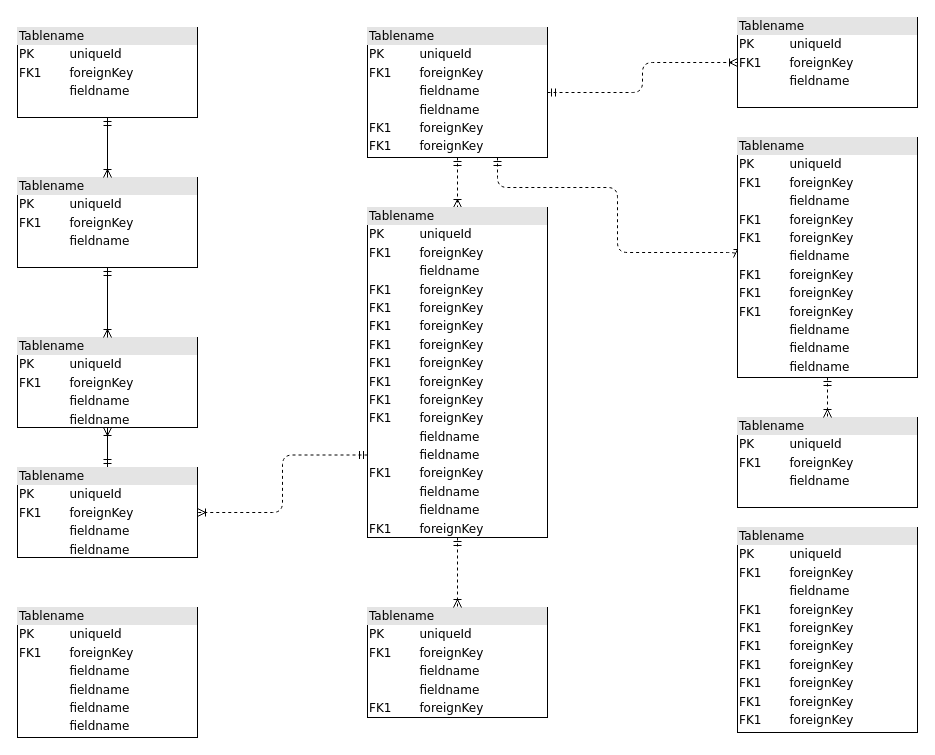
This is PABLO_database.drawio.xml from hakagoo/PABLO_workspace, a draw.io file, before an edit. Source tidied: cells renumbered, new cells numbered last; positions are measured from the earlier drawing's top-left corner, leaving out a move shared by most shapes. Both pictures are drawn from the tidied source at 100%, with x=0, y=0 at pixel (17, 17).
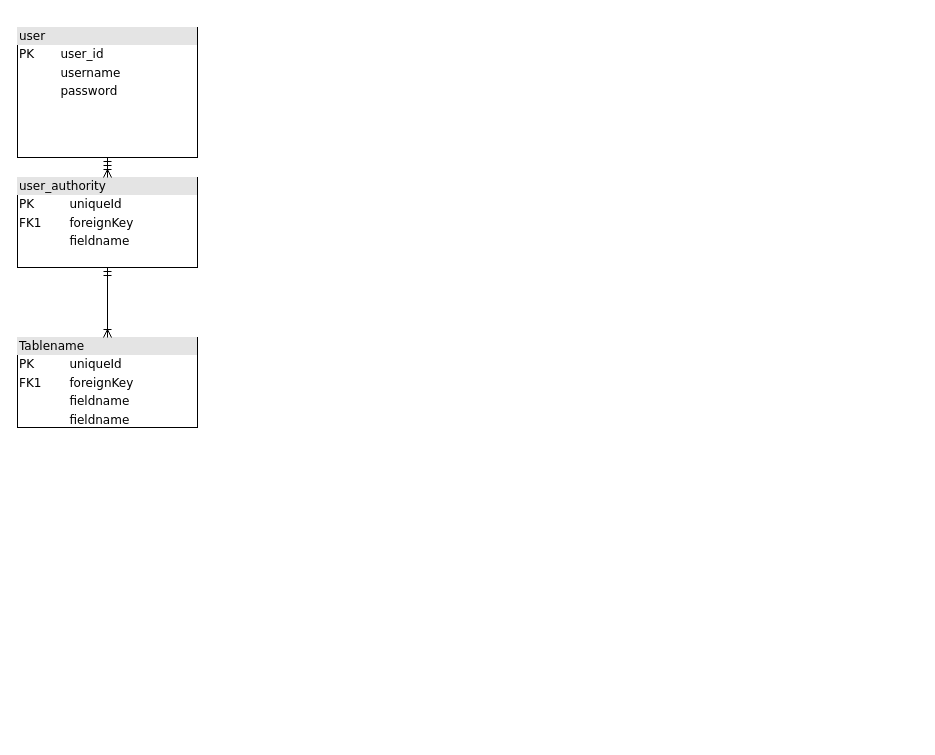
After the change.

The change refers to these unchanged cells:
```xml
<mxCell id="10" value="&lt;div style=&quot;box-sizing: border-box ; width: 100% ; background: #e4e4e4 ; padding: 2px&quot;&gt;Tablename&lt;/div&gt;&lt;table style=&quot;width: 100% ; font-size: 1em&quot; cellpadding=&quot;2&quot; cellspacing=&quot;0&quot;&gt;&lt;tbody&gt;&lt;tr&gt;&lt;td&gt;PK&lt;/td&gt;&lt;td&gt;uniqueId&lt;/td&gt;&lt;/tr&gt;&lt;tr&gt;&lt;td&gt;FK1&lt;/td&gt;&lt;td&gt;foreignKey&lt;/td&gt;&lt;/tr&gt;&lt;tr&gt;&lt;td&gt;&lt;/td&gt;&lt;td&gt;fieldname&lt;/td&gt;&lt;/tr&gt;&lt;tr&gt;&lt;td&gt;&lt;br&gt;&lt;/td&gt;&lt;td&gt;fieldname&lt;br&gt;&lt;/td&gt;&lt;/tr&gt;&lt;/tbody&gt;&lt;/table&gt;" style="verticalAlign=top;align=left;overflow=fill;html=1;rounded=0;shadow=0;comic=0;labelBackgroundColor=none;strokeWidth=1;fontFamily=Verdana;fontSize=12;" parent="1" vertex="1">
  <mxGeometry y="320" width="180" height="90" as="geometry" />
</mxCell>
```

The edit, as a diff of the source:
```diff
@@
-    <mxCell id="2" value="&lt;div style=&quot;box-sizing:border-box;width:100%;background:#e4e4e4;padding:2px;&quot;&gt;Tablename&lt;/div&gt;&lt;table style=&quot;width:100%;font-size:1em;&quot; cellpadding=&quot;2&quot; cellspacing=&quot;0&quot;&gt;&lt;tr&gt;&lt;td&gt;PK&lt;/td&gt;&lt;td&gt;uniqueId&lt;/td&gt;&lt;/tr&gt;&lt;tr&gt;&lt;td&gt;FK1&lt;/td&gt;&lt;td&gt;foreignKey&lt;/td&gt;&lt;/tr&gt;&lt;tr&gt;&lt;td&gt;&lt;/td&gt;&lt;td&gt;fieldname&lt;/td&gt;&lt;/tr&gt;&lt;/table&gt;" style="verticalAlign=top;align=left;overflow=fill;html=1;rounded=0;shadow=0;comic=0;labelBackgroundColor=none;strokeWidth=1;fontFamily=Verdana;fontSize=12;" parent="1" vertex="1">
-      <mxGeometry y="10" width="180" height="90" as="geometry" />
+    <mxCell id="2" value="&lt;div style=&quot;box-sizing:border-box;width:100%;background:#e4e4e4;padding:2px;&quot;&gt;user&lt;/div&gt;&lt;table style=&quot;width:100%;font-size:1em;&quot; cellpadding=&quot;2&quot; cellspacing=&quot;0&quot;&gt;&lt;tbody&gt;&lt;tr&gt;&lt;td&gt;PK&lt;/td&gt;&lt;td&gt;user_id&lt;/td&gt;&lt;/tr&gt;&lt;tr&gt;&lt;td&gt;&lt;br&gt;&lt;/td&gt;&lt;td&gt;username&lt;/td&gt;&lt;/tr&gt;&lt;tr&gt;&lt;td&gt;&lt;/td&gt;&lt;td&gt;password&lt;br&gt;&lt;/td&gt;&lt;/tr&gt;&lt;/tbody&gt;&lt;/table&gt;" style="verticalAlign=top;align=left;overflow=fill;html=1;rounded=0;shadow=0;comic=0;labelBackgroundColor=none;strokeWidth=1;fontFamily=Verdana;fontSize=12;" parent="1" vertex="1">
+      <mxGeometry y="10" width="180" height="130" as="geometry" />
     </mxCell>
-    <mxCell id="3" style="edgeStyle=orthogonalEdgeStyle;html=1;entryX=0.5;entryY=0;dashed=1;labelBackgroundColor=none;startArrow=ERmandOne;endArrow=ERoneToMany;fontFamily=Verdana;fontSize=12;align=left;" parent="1" edge="1" source="6" target="16">
-      <mxGeometry relative="1" as="geometry" />
-    </mxCell>
-    <mxCell id="4" style="edgeStyle=orthogonalEdgeStyle;html=1;dashed=1;labelBackgroundColor=none;startArrow=ERmandOne;endArrow=ERoneToMany;fontFamily=Verdana;fontSize=12;align=left;entryX=0;entryY=0.5;" parent="1" edge="1" source="6" target="19">
-      <mxGeometry relative="1" as="geometry">
-        <Array as="points">
-          <mxPoint x="480" y="170" />
-          <mxPoint x="600" y="170" />
-          <mxPoint x="600" y="235" />
-        </Array>
-      </mxGeometry>
-    </mxCell>
-    <mxCell id="5" style="edgeStyle=orthogonalEdgeStyle;html=1;dashed=1;labelBackgroundColor=none;startArrow=ERmandOne;endArrow=ERoneToMany;fontFamily=Verdana;fontSize=12;align=left;" parent="1" edge="1" source="6" target="20">
-      <mxGeometry relative="1" as="geometry" />
-    </mxCell>
-    <mxCell id="6" value="&lt;div style=&quot;box-sizing: border-box ; width: 100% ; background: #e4e4e4 ; padding: 2px&quot;&gt;Tablename&lt;/div&gt;&lt;table style=&quot;width: 100% ; font-size: 1em&quot; cellpadding=&quot;2&quot; cellspacing=&quot;0&quot;&gt;&lt;tbody&gt;&lt;tr&gt;&lt;td&gt;PK&lt;/td&gt;&lt;td&gt;uniqueId&lt;/td&gt;&lt;/tr&gt;&lt;tr&gt;&lt;td&gt;FK1&lt;/td&gt;&lt;td&gt;foreignKey&lt;/td&gt;&lt;/tr&gt;&lt;tr&gt;&lt;td&gt;&lt;/td&gt;&lt;td&gt;fieldname&lt;/td&gt;&lt;/tr&gt;&lt;tr&gt;&lt;td&gt;&lt;br&gt;&lt;/td&gt;&lt;td&gt;fieldname&lt;br&gt;&lt;/td&gt;&lt;/tr&gt;&lt;tr&gt;&lt;td&gt;FK1&lt;br&gt;&lt;/td&gt;&lt;td&gt;foreignKey&lt;br&gt;&lt;/td&gt;&lt;/tr&gt;&lt;tr&gt;&lt;td&gt;FK1&lt;br&gt;&lt;/td&gt;&lt;td&gt;foreignKey&lt;br&gt;&lt;/td&gt;&lt;/tr&gt;&lt;/tbody&gt;&lt;/table&gt;" style="verticalAlign=top;align=left;overflow=fill;html=1;rounded=0;shadow=0;comic=0;labelBackgroundColor=none;strokeWidth=1;fontFamily=Verdana;fontSize=12;" parent="1" vertex="1">
-      <mxGeometry x="350" y="10" width="180" height="130" as="geometry" />
-    </mxCell>
-    <mxCell id="7" style="edgeStyle=orthogonalEdgeStyle;html=1;labelBackgroundColor=none;startArrow=ERmandOne;endArrow=ERoneToMany;fontFamily=Verdana;fontSize=12;align=left;" parent="1" edge="1" source="9" target="10">
-      <mxGeometry relative="1" as="geometry" />
-    </mxCell>
-    <mxCell id="8" style="edgeStyle=orthogonalEdgeStyle;html=1;exitX=0;exitY=0.75;entryX=1;entryY=0.5;dashed=1;labelBackgroundColor=none;startArrow=ERmandOne;endArrow=ERoneToMany;fontFamily=Verdana;fontSize=12;align=left;" parent="1" edge="1" source="16" target="9">
-      <mxGeometry relative="1" as="geometry" />
-    </mxCell>
-    <mxCell id="9" value="&lt;div style=&quot;box-sizing: border-box ; width: 100% ; background: #e4e4e4 ; padding: 2px&quot;&gt;Tablename&lt;/div&gt;&lt;table style=&quot;width: 100% ; font-size: 1em&quot; cellpadding=&quot;2&quot; cellspacing=&quot;0&quot;&gt;&lt;tbody&gt;&lt;tr&gt;&lt;td&gt;PK&lt;/td&gt;&lt;td&gt;uniqueId&lt;/td&gt;&lt;/tr&gt;&lt;tr&gt;&lt;td&gt;FK1&lt;/td&gt;&lt;td&gt;foreignKey&lt;/td&gt;&lt;/tr&gt;&lt;tr&gt;&lt;td&gt;&lt;/td&gt;&lt;td&gt;fieldname&lt;/td&gt;&lt;/tr&gt;&lt;tr&gt;&lt;td&gt;&lt;br&gt;&lt;/td&gt;&lt;td&gt;fieldname&lt;br&gt;&lt;/td&gt;&lt;/tr&gt;&lt;/tbody&gt;&lt;/table&gt;" style="verticalAlign=top;align=left;overflow=fill;html=1;rounded=0;shadow=0;comic=0;labelBackgroundColor=none;strokeWidth=1;fontFamily=Verdana;fontSize=12;" parent="1" vertex="1">
-      <mxGeometry y="450" width="180" height="90" as="geometry" />
-    </mxCell>
@@
-    <mxCell id="12" value="&lt;div style=&quot;box-sizing:border-box;width:100%;background:#e4e4e4;padding:2px;&quot;&gt;Tablename&lt;/div&gt;&lt;table style=&quot;width:100%;font-size:1em;&quot; cellpadding=&quot;2&quot; cellspacing=&quot;0&quot;&gt;&lt;tr&gt;&lt;td&gt;PK&lt;/td&gt;&lt;td&gt;uniqueId&lt;/td&gt;&lt;/tr&gt;&lt;tr&gt;&lt;td&gt;FK1&lt;/td&gt;&lt;td&gt;foreignKey&lt;/td&gt;&lt;/tr&gt;&lt;tr&gt;&lt;td&gt;&lt;/td&gt;&lt;td&gt;fieldname&lt;/td&gt;&lt;/tr&gt;&lt;/table&gt;" style="verticalAlign=top;align=left;overflow=fill;html=1;rounded=0;shadow=0;comic=0;labelBackgroundColor=none;strokeWidth=1;fontFamily=Verdana;fontSize=12;" parent="1" vertex="1">
+    <mxCell id="12" value="&lt;div style=&quot;box-sizing:border-box;width:100%;background:#e4e4e4;padding:2px;&quot;&gt;user_authority&lt;br&gt;&lt;/div&gt;&lt;table style=&quot;width:100%;font-size:1em;&quot; cellpadding=&quot;2&quot; cellspacing=&quot;0&quot;&gt;&lt;tbody&gt;&lt;tr&gt;&lt;td&gt;PK&lt;/td&gt;&lt;td&gt;uniqueId&lt;/td&gt;&lt;/tr&gt;&lt;tr&gt;&lt;td&gt;FK1&lt;/td&gt;&lt;td&gt;foreignKey&lt;/td&gt;&lt;/tr&gt;&lt;tr&gt;&lt;td&gt;&lt;/td&gt;&lt;td&gt;fieldname&lt;/td&gt;&lt;/tr&gt;&lt;/tbody&gt;&lt;/table&gt;" style="verticalAlign=top;align=left;overflow=fill;html=1;rounded=0;shadow=0;comic=0;labelBackgroundColor=none;strokeWidth=1;fontFamily=Verdana;fontSize=12;" parent="1" vertex="1">
       <mxGeometry y="160" width="180" height="90" as="geometry" />
     </mxCell>
-    <mxCell id="13" value="&lt;div style=&quot;box-sizing: border-box ; width: 100% ; background: #e4e4e4 ; padding: 2px&quot;&gt;Tablename&lt;/div&gt;&lt;table style=&quot;width: 100% ; font-size: 1em&quot; cellpadding=&quot;2&quot; cellspacing=&quot;0&quot;&gt;&lt;tbody&gt;&lt;tr&gt;&lt;td&gt;PK&lt;/td&gt;&lt;td&gt;uniqueId&lt;/td&gt;&lt;/tr&gt;&lt;tr&gt;&lt;td&gt;FK1&lt;/td&gt;&lt;td&gt;foreignKey&lt;/td&gt;&lt;/tr&gt;&lt;tr&gt;&lt;td&gt;&lt;/td&gt;&lt;td&gt;fieldname&lt;/td&gt;&lt;/tr&gt;&lt;tr&gt;&lt;td&gt;FK1&lt;br&gt;&lt;/td&gt;&lt;td&gt;foreignKey&lt;br&gt;&lt;/td&gt;&lt;/tr&gt;&lt;tr&gt;&lt;td&gt;FK1&lt;br&gt;&lt;/td&gt;&lt;td&gt;foreignKey&lt;br&gt;&lt;/td&gt;&lt;/tr&gt;&lt;tr&gt;&lt;td&gt;FK1&lt;br&gt;&lt;/td&gt;&lt;td&gt;foreignKey&lt;br&gt;&lt;/td&gt;&lt;/tr&gt;&lt;tr&gt;&lt;td&gt;FK1&lt;br&gt;&lt;/td&gt;&lt;td&gt;foreignKey&lt;br&gt;&lt;/td&gt;&lt;/tr&gt;&lt;tr&gt;&lt;td&gt;FK1&lt;br&gt;&lt;/td&gt;&lt;td&gt;foreignKey&lt;br&gt;&lt;/td&gt;&lt;/tr&gt;&lt;tr&gt;&lt;td&gt;FK1&lt;br&gt;&lt;/td&gt;&lt;td&gt;foreignKey&lt;br&gt;&lt;/td&gt;&lt;/tr&gt;&lt;tr&gt;&lt;td&gt;FK1&lt;br&gt;&lt;/td&gt;&lt;td&gt;foreignKey&lt;br&gt;&lt;/td&gt;&lt;/tr&gt;&lt;/tbody&gt;&lt;/table&gt;" style="verticalAlign=top;align=left;overflow=fill;html=1;rounded=0;shadow=0;comic=0;labelBackgroundColor=none;strokeWidth=1;fontFamily=Verdana;fontSize=12;" parent="1" vertex="1">
-      <mxGeometry x="720" y="510" width="180" height="205" as="geometry" />
-    </mxCell>
-    <mxCell id="14" value="&lt;div style=&quot;box-sizing: border-box ; width: 100% ; background: #e4e4e4 ; padding: 2px&quot;&gt;Tablename&lt;/div&gt;&lt;table style=&quot;width: 100% ; font-size: 1em&quot; cellpadding=&quot;2&quot; cellspacing=&quot;0&quot;&gt;&lt;tbody&gt;&lt;tr&gt;&lt;td&gt;PK&lt;/td&gt;&lt;td&gt;uniqueId&lt;/td&gt;&lt;/tr&gt;&lt;tr&gt;&lt;td&gt;FK1&lt;/td&gt;&lt;td&gt;foreignKey&lt;/td&gt;&lt;/tr&gt;&lt;tr&gt;&lt;td&gt;&lt;/td&gt;&lt;td&gt;fieldname&lt;/td&gt;&lt;/tr&gt;&lt;tr&gt;&lt;td&gt;&lt;br&gt;&lt;/td&gt;&lt;td&gt;fieldname&lt;br&gt;&lt;/td&gt;&lt;/tr&gt;&lt;tr&gt;&lt;td&gt;FK1&lt;br&gt;&lt;/td&gt;&lt;td&gt;foreignKey&lt;br&gt;&lt;/td&gt;&lt;/tr&gt;&lt;/tbody&gt;&lt;/table&gt;" style="verticalAlign=top;align=left;overflow=fill;html=1;rounded=0;shadow=0;comic=0;labelBackgroundColor=none;strokeWidth=1;fontFamily=Verdana;fontSize=12;" parent="1" vertex="1">
-      <mxGeometry x="350" y="590" width="180" height="110" as="geometry" />
-    </mxCell>
-    <mxCell id="15" style="edgeStyle=orthogonalEdgeStyle;html=1;entryX=0.5;entryY=0;labelBackgroundColor=none;startArrow=ERmandOne;endArrow=ERoneToMany;fontFamily=Verdana;fontSize=12;align=left;dashed=1;" parent="1" edge="1" source="16" target="14">
-      <mxGeometry relative="1" as="geometry" />
-    </mxCell>
-    <mxCell id="16" value="&lt;div style=&quot;box-sizing: border-box ; width: 100% ; background: #e4e4e4 ; padding: 2px&quot;&gt;Tablename&lt;/div&gt;&lt;table style=&quot;width: 100% ; font-size: 1em&quot; cellpadding=&quot;2&quot; cellspacing=&quot;0&quot;&gt;&lt;tbody&gt;&lt;tr&gt;&lt;td&gt;PK&lt;/td&gt;&lt;td&gt;uniqueId&lt;/td&gt;&lt;/tr&gt;&lt;tr&gt;&lt;td&gt;FK1&lt;/td&gt;&lt;td&gt;foreignKey&lt;/td&gt;&lt;/tr&gt;&lt;tr&gt;&lt;td&gt;&lt;/td&gt;&lt;td&gt;fieldname&lt;/td&gt;&lt;/tr&gt;&lt;tr&gt;&lt;td&gt;FK1&lt;br&gt;&lt;/td&gt;&lt;td&gt;foreignKey&lt;br&gt;&lt;/td&gt;&lt;/tr&gt;&lt;tr&gt;&lt;td&gt;FK1&lt;br&gt;&lt;/td&gt;&lt;td&gt;foreignKey&lt;br&gt;&lt;/td&gt;&lt;/tr&gt;&lt;tr&gt;&lt;td&gt;FK1&lt;br&gt;&lt;/td&gt;&lt;td&gt;foreignKey&lt;br&gt;&lt;/td&gt;&lt;/tr&gt;&lt;tr&gt;&lt;td&gt;FK1&lt;br&gt;&lt;/td&gt;&lt;td&gt;foreignKey&lt;br&gt;&lt;/td&gt;&lt;/tr&gt;&lt;tr&gt;&lt;td&gt;FK1&lt;br&gt;&lt;/td&gt;&lt;td&gt;foreignKey&lt;br&gt;&lt;/td&gt;&lt;/tr&gt;&lt;tr&gt;&lt;td&gt;FK1&lt;br&gt;&lt;/td&gt;&lt;td&gt;foreignKey&lt;br&gt;&lt;/td&gt;&lt;/tr&gt;&lt;tr&gt;&lt;td&gt;FK1&lt;br&gt;&lt;/td&gt;&lt;td&gt;foreignKey&lt;br&gt;&lt;/td&gt;&lt;/tr&gt;&lt;tr&gt;&lt;td&gt;FK1&lt;br&gt;&lt;/td&gt;&lt;td&gt;foreignKey&lt;br&gt;&lt;/td&gt;&lt;/tr&gt;&lt;tr&gt;&lt;td&gt;&lt;br&gt;&lt;/td&gt;&lt;td&gt;fieldname&lt;br&gt;&lt;/td&gt;&lt;/tr&gt;&lt;tr&gt;&lt;td&gt;&lt;br&gt;&lt;/td&gt;&lt;td&gt;fieldname&lt;br&gt;&lt;/td&gt;&lt;/tr&gt;&lt;tr&gt;&lt;td&gt;FK1&lt;br&gt;&lt;/td&gt;&lt;td&gt;foreignKey&lt;br&gt;&lt;/td&gt;&lt;/tr&gt;&lt;tr&gt;&lt;td&gt;&lt;br&gt;&lt;/td&gt;&lt;td&gt;fieldname&lt;br&gt;&lt;/td&gt;&lt;/tr&gt;&lt;tr&gt;&lt;td&gt;&lt;br&gt;&lt;/td&gt;&lt;td&gt;fieldname&lt;br&gt;&lt;/td&gt;&lt;/tr&gt;&lt;tr&gt;&lt;td&gt;FK1&lt;br&gt;&lt;/td&gt;&lt;td&gt;foreignKey&lt;br&gt;&lt;/td&gt;&lt;/tr&gt;&lt;/tbody&gt;&lt;/table&gt;" style="verticalAlign=top;align=left;overflow=fill;html=1;rounded=0;shadow=0;comic=0;labelBackgroundColor=none;strokeWidth=1;fontFamily=Verdana;fontSize=12;" parent="1" vertex="1">
-      <mxGeometry x="350" y="190" width="180" height="330" as="geometry" />
-    </mxCell>
-    <mxCell id="17" value="&lt;div style=&quot;box-sizing:border-box;width:100%;background:#e4e4e4;padding:2px;&quot;&gt;Tablename&lt;/div&gt;&lt;table style=&quot;width:100%;font-size:1em;&quot; cellpadding=&quot;2&quot; cellspacing=&quot;0&quot;&gt;&lt;tr&gt;&lt;td&gt;PK&lt;/td&gt;&lt;td&gt;uniqueId&lt;/td&gt;&lt;/tr&gt;&lt;tr&gt;&lt;td&gt;FK1&lt;/td&gt;&lt;td&gt;foreignKey&lt;/td&gt;&lt;/tr&gt;&lt;tr&gt;&lt;td&gt;&lt;/td&gt;&lt;td&gt;fieldname&lt;/td&gt;&lt;/tr&gt;&lt;/table&gt;" style="verticalAlign=top;align=left;overflow=fill;html=1;rounded=0;shadow=0;comic=0;labelBackgroundColor=none;strokeWidth=1;fontFamily=Verdana;fontSize=12;" parent="1" vertex="1">
-      <mxGeometry x="720" y="400" width="180" height="90" as="geometry" />
-    </mxCell>
-    <mxCell id="18" style="edgeStyle=orthogonalEdgeStyle;html=1;entryX=0.5;entryY=0;dashed=1;labelBackgroundColor=none;startArrow=ERmandOne;endArrow=ERoneToMany;fontFamily=Verdana;fontSize=12;align=left;" parent="1" edge="1" source="19" target="17">
-      <mxGeometry relative="1" as="geometry" />
-    </mxCell>
-    <mxCell id="19" value="&lt;div style=&quot;box-sizing: border-box ; width: 100% ; background: #e4e4e4 ; padding: 2px&quot;&gt;Tablename&lt;/div&gt;&lt;table style=&quot;width: 100% ; font-size: 1em&quot; cellpadding=&quot;2&quot; cellspacing=&quot;0&quot;&gt;&lt;tbody&gt;&lt;tr&gt;&lt;td&gt;PK&lt;/td&gt;&lt;td&gt;uniqueId&lt;/td&gt;&lt;/tr&gt;&lt;tr&gt;&lt;td&gt;FK1&lt;/td&gt;&lt;td&gt;foreignKey&lt;/td&gt;&lt;/tr&gt;&lt;tr&gt;&lt;td&gt;&lt;/td&gt;&lt;td&gt;fieldname&lt;/td&gt;&lt;/tr&gt;&lt;tr&gt;&lt;td&gt;FK1&lt;br&gt;&lt;/td&gt;&lt;td&gt;foreignKey&lt;br&gt;&lt;/td&gt;&lt;/tr&gt;&lt;tr&gt;&lt;td&gt;FK1&lt;br&gt;&lt;/td&gt;&lt;td&gt;foreignKey&lt;br&gt;&lt;/td&gt;&lt;/tr&gt;&lt;tr&gt;&lt;td&gt;&lt;br&gt;&lt;/td&gt;&lt;td&gt;fieldname&lt;br&gt;&lt;/td&gt;&lt;/tr&gt;&lt;tr&gt;&lt;td&gt;FK1&lt;br&gt;&lt;/td&gt;&lt;td&gt;foreignKey&lt;br&gt;&lt;/td&gt;&lt;/tr&gt;&lt;tr&gt;&lt;td&gt;FK1&lt;br&gt;&lt;/td&gt;&lt;td&gt;foreignKey&lt;br&gt;&lt;/td&gt;&lt;/tr&gt;&lt;tr&gt;&lt;td&gt;FK1&lt;br&gt;&lt;/td&gt;&lt;td&gt;foreignKey&lt;br&gt;&lt;/td&gt;&lt;/tr&gt;&lt;tr&gt;&lt;td&gt;&lt;br&gt;&lt;/td&gt;&lt;td&gt;fieldname&lt;br&gt;&lt;/td&gt;&lt;/tr&gt;&lt;tr&gt;&lt;td&gt;&lt;br&gt;&lt;/td&gt;&lt;td&gt;fieldname&lt;br&gt;&lt;/td&gt;&lt;/tr&gt;&lt;tr&gt;&lt;td&gt;&lt;br&gt;&lt;/td&gt;&lt;td&gt;fieldname&lt;br&gt;&lt;/td&gt;&lt;/tr&gt;&lt;/tbody&gt;&lt;/table&gt;" style="verticalAlign=top;align=left;overflow=fill;html=1;rounded=0;shadow=0;comic=0;labelBackgroundColor=none;strokeWidth=1;fontFamily=Verdana;fontSize=12;" parent="1" vertex="1">
-      <mxGeometry x="720" y="120" width="180" height="240" as="geometry" />
-    </mxCell>
-    <mxCell id="20" value="&lt;div style=&quot;box-sizing:border-box;width:100%;background:#e4e4e4;padding:2px;&quot;&gt;Tablename&lt;/div&gt;&lt;table style=&quot;width:100%;font-size:1em;&quot; cellpadding=&quot;2&quot; cellspacing=&quot;0&quot;&gt;&lt;tr&gt;&lt;td&gt;PK&lt;/td&gt;&lt;td&gt;uniqueId&lt;/td&gt;&lt;/tr&gt;&lt;tr&gt;&lt;td&gt;FK1&lt;/td&gt;&lt;td&gt;foreignKey&lt;/td&gt;&lt;/tr&gt;&lt;tr&gt;&lt;td&gt;&lt;/td&gt;&lt;td&gt;fieldname&lt;/td&gt;&lt;/tr&gt;&lt;/table&gt;" style="verticalAlign=top;align=left;overflow=fill;html=1;rounded=0;shadow=0;comic=0;labelBackgroundColor=none;strokeWidth=1;fontFamily=Verdana;fontSize=12;" parent="1" vertex="1">
-      <mxGeometry x="720" width="180" height="90" as="geometry" />
-    </mxCell>
-    <mxCell id="21" value="&lt;div style=&quot;box-sizing: border-box ; width: 100% ; background: #e4e4e4 ; padding: 2px&quot;&gt;Tablename&lt;/div&gt;&lt;table style=&quot;width: 100% ; font-size: 1em&quot; cellpadding=&quot;2&quot; cellspacing=&quot;0&quot;&gt;&lt;tbody&gt;&lt;tr&gt;&lt;td&gt;PK&lt;/td&gt;&lt;td&gt;uniqueId&lt;/td&gt;&lt;/tr&gt;&lt;tr&gt;&lt;td&gt;FK1&lt;/td&gt;&lt;td&gt;foreignKey&lt;/td&gt;&lt;/tr&gt;&lt;tr&gt;&lt;td&gt;&lt;/td&gt;&lt;td&gt;fieldname&lt;/td&gt;&lt;/tr&gt;&lt;tr&gt;&lt;td&gt;&lt;br&gt;&lt;/td&gt;&lt;td&gt;fieldname&lt;br&gt;&lt;/td&gt;&lt;/tr&gt;&lt;tr&gt;&lt;td&gt;&lt;br&gt;&lt;/td&gt;&lt;td&gt;fieldname&lt;br&gt;&lt;/td&gt;&lt;/tr&gt;&lt;tr&gt;&lt;td&gt;&lt;br&gt;&lt;/td&gt;&lt;td&gt;fieldname&lt;br&gt;&lt;/td&gt;&lt;/tr&gt;&lt;/tbody&gt;&lt;/table&gt;" style="verticalAlign=top;align=left;overflow=fill;html=1;rounded=0;shadow=0;comic=0;labelBackgroundColor=none;strokeWidth=1;fontFamily=Verdana;fontSize=12;" parent="1" vertex="1">
-      <mxGeometry y="590" width="180" height="130" as="geometry" />
-    </mxCell>
```
